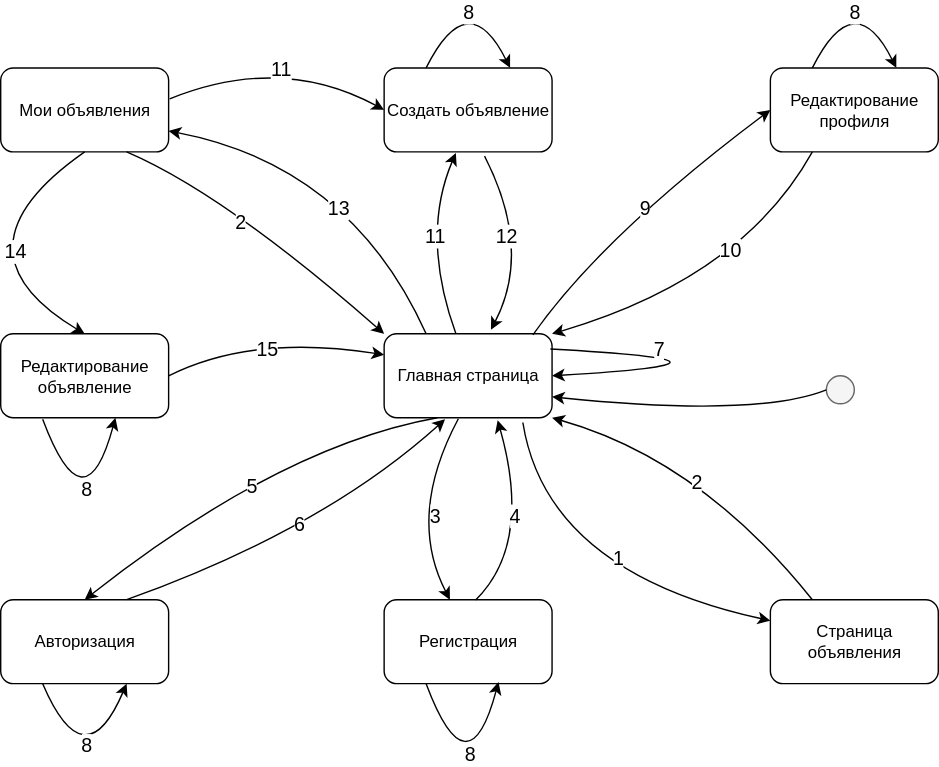
Before: docs/Граф состояний интерфейса переходы цифрами.svg, a diagram exported from draw.io (cod1ng-space/avito-clone). Source tidied: cells renumbered, new cells last; positions are measured from the earlier drawing's top-left corner, leaving out a move shared by most shapes. Source of this version:
```xml
<mxGraphModel>
  <root>
    <mxCell id="0" />
    <mxCell id="1" parent="0" />
    <mxCell id="2" value="Главная страница" style="rounded=1;whiteSpace=wrap;html=1;fillColor=none;" parent="1" vertex="1">
      <mxGeometry x="314" y="250" width="120" height="60" as="geometry" />
    </mxCell>
    <mxCell id="3" value="Авторизация" style="rounded=1;whiteSpace=wrap;html=1;fillColor=none;" parent="1" vertex="1">
      <mxGeometry x="40" y="440" width="120" height="60" as="geometry" />
    </mxCell>
    <mxCell id="4" value="Регистрация" style="rounded=1;whiteSpace=wrap;html=1;fillColor=none;" parent="1" vertex="1">
      <mxGeometry x="314" y="440" width="120" height="60" as="geometry" />
    </mxCell>
    <mxCell id="5" value="Страница объявления" style="rounded=1;whiteSpace=wrap;html=1;fillColor=none;" parent="1" vertex="1">
      <mxGeometry x="590" y="440" width="120" height="60" as="geometry" />
    </mxCell>
    <mxCell id="6" value="Мои объявления" style="rounded=1;whiteSpace=wrap;html=1;fillColor=none;" parent="1" vertex="1">
      <mxGeometry x="40" y="60" width="120" height="60" as="geometry" />
    </mxCell>
    <mxCell id="7" value="Создать объявление" style="rounded=1;whiteSpace=wrap;html=1;fillColor=none;" parent="1" vertex="1">
      <mxGeometry x="314" y="60" width="120" height="60" as="geometry" />
    </mxCell>
    <mxCell id="8" value="Редактирование объявление" style="rounded=1;whiteSpace=wrap;html=1;fillColor=none;" parent="1" vertex="1">
      <mxGeometry x="40" y="250" width="120" height="60" as="geometry" />
    </mxCell>
    <mxCell id="9" value="Редактирование профиля" style="rounded=1;whiteSpace=wrap;html=1;fillColor=none;" parent="1" vertex="1">
      <mxGeometry x="590" y="60" width="120" height="60" as="geometry" />
    </mxCell>
    <mxCell id="10" style="curved=1;endArrow=classic;html=1;rounded=0;exitX=0.317;exitY=0.999;exitDx=0;exitDy=0;exitPerimeter=0;entryX=0.5;entryY=0;entryDx=0;entryDy=0;" parent="1" edge="1" source="2" target="3">
      <mxGeometry relative="1" as="geometry">
        <Array as="points">
          <mxPoint x="240" y="330" />
        </Array>
      </mxGeometry>
    </mxCell>
    <mxCell id="11" value="5" style="edgeLabel;html=1;align=center;verticalAlign=middle;fontSize=14;" parent="10" vertex="1">
      <mxGeometry x="0.01" y="9" relative="1" as="geometry" />
    </mxCell>
    <mxCell id="12" style="curved=1;endArrow=classic;html=1;rounded=0;exitX=0.75;exitY=0;exitDx=0;exitDy=0;entryX=0.363;entryY=1.017;entryDx=0;entryDy=0;entryPerimeter=0;" parent="1" edge="1" source="3" target="2">
      <mxGeometry relative="1" as="geometry">
        <Array as="points">
          <mxPoint x="270" y="390" />
        </Array>
      </mxGeometry>
    </mxCell>
    <mxCell id="13" value="6" style="edgeLabel;html=1;align=center;verticalAlign=middle;fontSize=14;" parent="12" vertex="1">
      <mxGeometry x="0.01" y="10" relative="1" as="geometry" />
    </mxCell>
    <mxCell id="14" style="curved=1;endArrow=classic;html=1;rounded=0;exitX=0.442;exitY=1.011;exitDx=0;exitDy=0;exitPerimeter=0;" parent="1" edge="1" source="2">
      <mxGeometry relative="1" as="geometry">
        <mxPoint x="361" y="440" as="targetPoint" />
        <Array as="points">
          <mxPoint x="330" y="380" />
        </Array>
      </mxGeometry>
    </mxCell>
    <mxCell id="15" value="3" style="edgeLabel;html=1;align=center;verticalAlign=middle;fontSize=14;" parent="14" vertex="1">
      <mxGeometry x="-0.24" y="5" relative="1" as="geometry">
        <mxPoint x="4" y="18" as="offset" />
      </mxGeometry>
    </mxCell>
    <mxCell id="16" style="curved=1;endArrow=classic;html=1;rounded=0;exitX=0.545;exitY=0.004;exitDx=0;exitDy=0;exitPerimeter=0;entryX=0.676;entryY=1.03;entryDx=0;entryDy=0;entryPerimeter=0;" parent="1" edge="1" source="4" target="2">
      <mxGeometry relative="1" as="geometry">
        <Array as="points">
          <mxPoint x="420" y="400" />
        </Array>
      </mxGeometry>
    </mxCell>
    <mxCell id="17" value="4" style="edgeLabel;html=1;align=center;verticalAlign=middle;fontSize=14;" parent="16" vertex="1">
      <mxGeometry x="0.1" y="7" relative="1" as="geometry">
        <mxPoint y="2" as="offset" />
      </mxGeometry>
    </mxCell>
    <mxCell id="18" style="curved=1;endArrow=classic;html=1;rounded=0;exitX=0.99;exitY=0.18;exitDx=0;exitDy=0;exitPerimeter=0;entryX=1;entryY=0.5;entryDx=0;entryDy=0;" parent="1" edge="1" source="2" target="2">
      <mxGeometry relative="1" as="geometry">
        <Array as="points">
          <mxPoint x="600" y="270" />
        </Array>
      </mxGeometry>
    </mxCell>
    <mxCell id="19" value="7" style="edgeLabel;html=1;align=center;verticalAlign=middle;fontSize=14;" parent="18" vertex="1">
      <mxGeometry x="0.01" y="9" relative="1" as="geometry">
        <mxPoint x="-89" y="-19" as="offset" />
      </mxGeometry>
    </mxCell>
    <mxCell id="20" style="curved=1;endArrow=classic;html=1;rounded=0;exitX=0.826;exitY=1.056;exitDx=0;exitDy=0;exitPerimeter=0;entryX=0;entryY=0.25;entryDx=0;entryDy=0;" parent="1" edge="1" source="2" target="5">
      <mxGeometry relative="1" as="geometry">
        <Array as="points">
          <mxPoint x="430" y="420" />
        </Array>
      </mxGeometry>
    </mxCell>
    <mxCell id="21" value="1" style="edgeLabel;html=1;align=center;verticalAlign=middle;fontSize=14;" parent="20" vertex="1">
      <mxGeometry x="0.01" y="9" relative="1" as="geometry">
        <mxPoint x="19" y="-8" as="offset" />
      </mxGeometry>
    </mxCell>
    <mxCell id="22" style="curved=1;endArrow=classic;html=1;rounded=0;exitX=0.25;exitY=0;exitDx=0;exitDy=0;entryX=1;entryY=1;entryDx=0;entryDy=0;" parent="1" edge="1" source="5" target="2">
      <mxGeometry relative="1" as="geometry">
        <Array as="points">
          <mxPoint x="540" y="340" />
        </Array>
      </mxGeometry>
    </mxCell>
    <mxCell id="23" value="2" style="edgeLabel;html=1;align=center;verticalAlign=middle;fontSize=14;" parent="22" vertex="1">
      <mxGeometry x="-0.01" y="13" relative="1" as="geometry" />
    </mxCell>
    <mxCell id="24" style="curved=1;endArrow=classic;html=1;rounded=0;exitX=1;exitY=0.5;exitDx=0;exitDy=0;entryX=0;entryY=0.25;entryDx=0;entryDy=0;" parent="1" edge="1" source="8" target="2">
      <mxGeometry relative="1" as="geometry">
        <Array as="points">
          <mxPoint x="220" y="250" />
        </Array>
      </mxGeometry>
    </mxCell>
    <mxCell id="25" value="15" style="edgeLabel;html=1;align=center;verticalAlign=middle;fontSize=14;" parent="24" vertex="1">
      <mxGeometry x="-0.01" y="13" relative="1" as="geometry">
        <mxPoint x="-5" y="21" as="offset" />
      </mxGeometry>
    </mxCell>
    <mxCell id="26" style="curved=1;endArrow=classic;html=1;rounded=0;exitX=0.75;exitY=1;exitDx=0;exitDy=0;entryX=0;entryY=0;entryDx=0;entryDy=0;" parent="1" edge="1" source="6" target="2">
      <mxGeometry relative="1" as="geometry">
        <Array as="points">
          <mxPoint x="200" y="150" />
        </Array>
      </mxGeometry>
    </mxCell>
    <mxCell id="27" value="2" style="edgeLabel;html=1;align=center;verticalAlign=middle;fontSize=14;" parent="26" vertex="1">
      <mxGeometry x="-0.01" y="13" relative="1" as="geometry">
        <mxPoint x="-26" y="5" as="offset" />
      </mxGeometry>
    </mxCell>
    <mxCell id="28" style="curved=1;endArrow=classic;html=1;rounded=0;exitX=0.5;exitY=1;exitDx=0;exitDy=0;entryX=0.5;entryY=0;entryDx=0;entryDy=0;" parent="1" edge="1" source="6" target="8">
      <mxGeometry relative="1" as="geometry">
        <Array as="points">
          <mxPoint y="190" />
        </Array>
      </mxGeometry>
    </mxCell>
    <mxCell id="29" value="14" style="edgeLabel;html=1;align=center;verticalAlign=middle;fontSize=14;" parent="28" vertex="1">
      <mxGeometry x="-0.01" y="13" relative="1" as="geometry">
        <mxPoint x="39" y="-8" as="offset" />
      </mxGeometry>
    </mxCell>
    <mxCell id="30" style="curved=1;endArrow=classic;html=1;rounded=0;exitX=0.25;exitY=0;exitDx=0;exitDy=0;entryX=1;entryY=0.75;entryDx=0;entryDy=0;" parent="1" edge="1" source="2" target="6">
      <mxGeometry relative="1" as="geometry">
        <Array as="points">
          <mxPoint x="290" y="130" />
        </Array>
      </mxGeometry>
    </mxCell>
    <mxCell id="31" value="13" style="edgeLabel;html=1;align=center;verticalAlign=middle;fontSize=14;" parent="30" vertex="1">
      <mxGeometry x="-0.01" y="13" relative="1" as="geometry">
        <mxPoint x="2" y="24" as="offset" />
      </mxGeometry>
    </mxCell>
    <mxCell id="32" style="curved=1;endArrow=classic;html=1;rounded=0;exitX=0.427;exitY=-0.003;exitDx=0;exitDy=0;exitPerimeter=0;entryX=0.427;entryY=1.012;entryDx=0;entryDy=0;entryPerimeter=0;" parent="1" edge="1" source="2" target="7">
      <mxGeometry relative="1" as="geometry">
        <Array as="points">
          <mxPoint x="340" y="180" />
        </Array>
      </mxGeometry>
    </mxCell>
    <mxCell id="33" value="11" style="edgeLabel;html=1;align=center;verticalAlign=middle;fontSize=14;" parent="32" vertex="1">
      <mxGeometry x="-0.24" y="5" relative="1" as="geometry">
        <mxPoint x="7" y="-22" as="offset" />
      </mxGeometry>
    </mxCell>
    <mxCell id="34" style="curved=1;endArrow=classic;html=1;rounded=0;exitX=0.598;exitY=1.05;exitDx=0;exitDy=0;exitPerimeter=0;entryX=0.636;entryY=-0.048;entryDx=0;entryDy=0;entryPerimeter=0;" parent="1" edge="1" source="7" target="2">
      <mxGeometry relative="1" as="geometry">
        <Array as="points">
          <mxPoint x="420" y="190" />
        </Array>
      </mxGeometry>
    </mxCell>
    <mxCell id="35" value="12" style="edgeLabel;html=1;align=center;verticalAlign=middle;fontSize=14;" parent="34" vertex="1">
      <mxGeometry x="-0.24" y="5" relative="1" as="geometry">
        <mxPoint x="-14" y="12" as="offset" />
      </mxGeometry>
    </mxCell>
    <mxCell id="36" style="curved=1;endArrow=classic;html=1;rounded=0;exitX=1.006;exitY=0.368;exitDx=0;exitDy=0;exitPerimeter=0;entryX=0;entryY=0.5;entryDx=0;entryDy=0;" parent="1" edge="1" source="6" target="7">
      <mxGeometry relative="1" as="geometry">
        <Array as="points">
          <mxPoint x="240" y="50" />
        </Array>
      </mxGeometry>
    </mxCell>
    <mxCell id="37" value="11" style="edgeLabel;html=1;align=center;verticalAlign=middle;fontSize=14;" parent="36" vertex="1">
      <mxGeometry x="-0.24" y="5" relative="1" as="geometry">
        <mxPoint x="21" y="7" as="offset" />
      </mxGeometry>
    </mxCell>
    <mxCell id="38" style="curved=1;endArrow=classic;html=1;rounded=0;exitX=0.886;exitY=0.012;exitDx=0;exitDy=0;exitPerimeter=0;entryX=0;entryY=0.5;entryDx=0;entryDy=0;" parent="1" edge="1" source="2" target="9">
      <mxGeometry relative="1" as="geometry">
        <Array as="points">
          <mxPoint x="470" y="180" />
        </Array>
      </mxGeometry>
    </mxCell>
    <mxCell id="39" value="9" style="edgeLabel;html=1;align=center;verticalAlign=middle;fontSize=14;" parent="38" vertex="1">
      <mxGeometry x="-0.24" y="5" relative="1" as="geometry">
        <mxPoint x="30" y="-14" as="offset" />
      </mxGeometry>
    </mxCell>
    <mxCell id="40" style="curved=1;endArrow=classic;html=1;rounded=0;exitX=0.25;exitY=1;exitDx=0;exitDy=0;entryX=1;entryY=0;entryDx=0;entryDy=0;" parent="1" edge="1" source="9" target="2">
      <mxGeometry relative="1" as="geometry">
        <Array as="points">
          <mxPoint x="570" y="210" />
        </Array>
      </mxGeometry>
    </mxCell>
    <mxCell id="41" value="10" style="edgeLabel;html=1;align=center;verticalAlign=middle;fontSize=14;" parent="40" vertex="1">
      <mxGeometry x="-0.24" y="5" relative="1" as="geometry">
        <mxPoint x="-19" y="-14" as="offset" />
      </mxGeometry>
    </mxCell>
    <mxCell id="42" style="ellipse;whiteSpace=wrap;html=1;fillColor=light-dark(#F5F5F5,#FFFFFF);fontColor=#333333;strokeColor=#666666;fillStyle=auto;" parent="1" vertex="1">
      <mxGeometry x="630" y="280" width="20" height="20" as="geometry" />
    </mxCell>
    <mxCell id="43" style="curved=1;endArrow=classic;html=1;rounded=0;exitX=0;exitY=0.5;exitDx=0;exitDy=0;entryX=1;entryY=0.75;entryDx=0;entryDy=0;" parent="1" edge="1" source="42" target="2">
      <mxGeometry relative="1" as="geometry">
        <Array as="points">
          <mxPoint x="580" y="310" />
        </Array>
      </mxGeometry>
    </mxCell>
    <mxCell id="44" style="curved=1;endArrow=classic;html=1;rounded=0;exitX=0.25;exitY=1;exitDx=0;exitDy=0;entryX=0.75;entryY=1;entryDx=0;entryDy=0;" parent="1" edge="1" source="3" target="3">
      <mxGeometry relative="1" as="geometry">
        <Array as="points">
          <mxPoint x="100" y="570" />
        </Array>
      </mxGeometry>
    </mxCell>
    <mxCell id="45" value="8" style="edgeLabel;html=1;align=center;verticalAlign=middle;fontSize=14;" parent="44" vertex="1">
      <mxGeometry x="0.01" y="10" relative="1" as="geometry">
        <mxPoint x="9" y="-22" as="offset" />
      </mxGeometry>
    </mxCell>
    <mxCell id="46" style="curved=1;endArrow=classic;html=1;rounded=0;exitX=0.25;exitY=1;exitDx=0;exitDy=0;entryX=0.681;entryY=0.98;entryDx=0;entryDy=0;entryPerimeter=0;" parent="1" edge="1" source="4" target="4">
      <mxGeometry relative="1" as="geometry">
        <Array as="points">
          <mxPoint x="374" y="580" />
        </Array>
      </mxGeometry>
    </mxCell>
    <mxCell id="47" value="8" style="edgeLabel;html=1;align=center;verticalAlign=middle;fontSize=14;" parent="46" vertex="1">
      <mxGeometry x="0.01" y="10" relative="1" as="geometry">
        <mxPoint x="10" y="-28" as="offset" />
      </mxGeometry>
    </mxCell>
    <mxCell id="48" style="curved=1;endArrow=classic;html=1;rounded=0;exitX=0.25;exitY=1;exitDx=0;exitDy=0;entryX=0.681;entryY=0.98;entryDx=0;entryDy=0;entryPerimeter=0;" parent="1" edge="1">
      <mxGeometry relative="1" as="geometry">
        <mxPoint x="70" y="311" as="sourcePoint" />
        <mxPoint x="122" y="310" as="targetPoint" />
        <Array as="points">
          <mxPoint x="100" y="391" />
        </Array>
      </mxGeometry>
    </mxCell>
    <mxCell id="49" value="8" style="edgeLabel;html=1;align=center;verticalAlign=middle;fontSize=14;" parent="48" vertex="1">
      <mxGeometry x="0.01" y="10" relative="1" as="geometry">
        <mxPoint x="10" y="-28" as="offset" />
      </mxGeometry>
    </mxCell>
    <mxCell id="50" style="curved=1;endArrow=classic;html=1;rounded=0;exitX=0.25;exitY=0;exitDx=0;exitDy=0;entryX=0.75;entryY=0;entryDx=0;entryDy=0;" parent="1" edge="1">
      <mxGeometry relative="1" as="geometry">
        <mxPoint x="344" y="60" as="sourcePoint" />
        <mxPoint x="404" y="60" as="targetPoint" />
        <Array as="points">
          <mxPoint x="374" />
        </Array>
      </mxGeometry>
    </mxCell>
    <mxCell id="51" value="8" style="edgeLabel;html=1;align=center;verticalAlign=middle;fontSize=14;" parent="50" vertex="1">
      <mxGeometry x="0.01" y="10" relative="1" as="geometry">
        <mxPoint x="-9" y="24" as="offset" />
      </mxGeometry>
    </mxCell>
    <mxCell id="52" style="curved=1;endArrow=classic;html=1;rounded=0;exitX=0.25;exitY=0;exitDx=0;exitDy=0;entryX=0.75;entryY=0;entryDx=0;entryDy=0;" parent="1" edge="1">
      <mxGeometry relative="1" as="geometry">
        <mxPoint x="620" y="60" as="sourcePoint" />
        <mxPoint x="680" y="60" as="targetPoint" />
        <Array as="points">
          <mxPoint x="650" />
        </Array>
      </mxGeometry>
    </mxCell>
    <mxCell id="53" value="8" style="edgeLabel;html=1;align=center;verticalAlign=middle;fontSize=14;" parent="52" vertex="1">
      <mxGeometry x="0.01" y="10" relative="1" as="geometry">
        <mxPoint x="-9" y="24" as="offset" />
      </mxGeometry>
    </mxCell>
  </root>
</mxGraphModel>
```
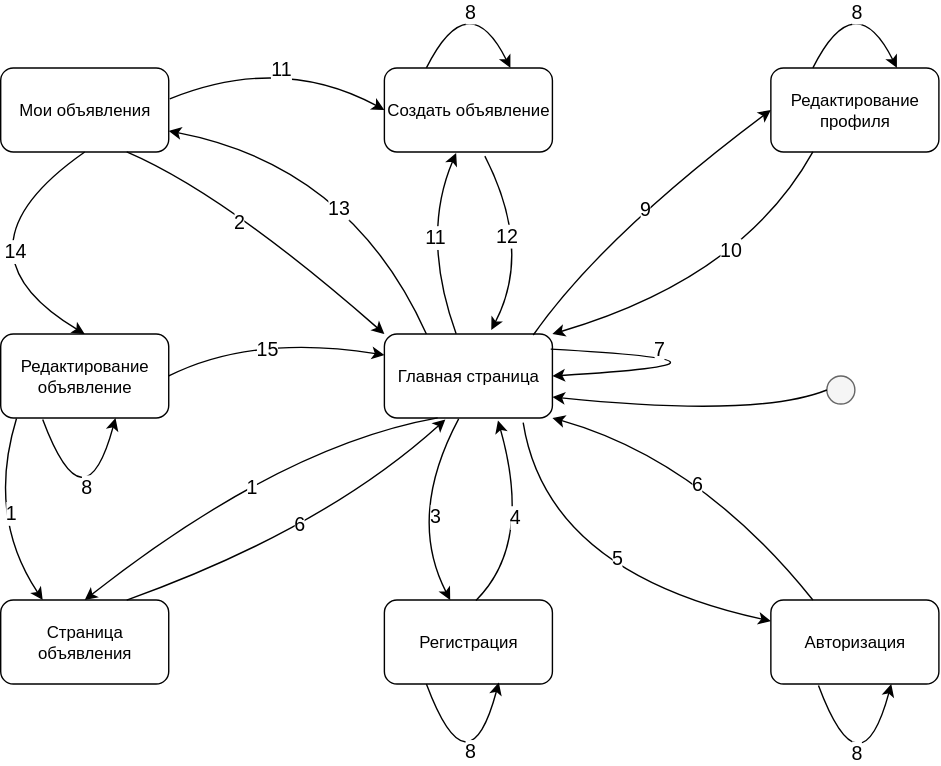
The same diagram one commit later.

What changed in the source:
```diff
@@ -5,13 +5,13 @@
     <mxCell id="2" value="Главная страница" style="rounded=1;whiteSpace=wrap;html=1;fillColor=none;" parent="1" vertex="1">
       <mxGeometry x="314" y="250" width="120" height="60" as="geometry" />
     </mxCell>
-    <mxCell id="3" value="Авторизация" style="rounded=1;whiteSpace=wrap;html=1;fillColor=none;" parent="1" vertex="1">
+    <mxCell id="3" value="Страница объявления" style="rounded=1;whiteSpace=wrap;html=1;fillColor=none;" parent="1" vertex="1">
       <mxGeometry x="40" y="440" width="120" height="60" as="geometry" />
     </mxCell>
     <mxCell id="4" value="Регистрация" style="rounded=1;whiteSpace=wrap;html=1;fillColor=none;" parent="1" vertex="1">
       <mxGeometry x="314" y="440" width="120" height="60" as="geometry" />
     </mxCell>
-    <mxCell id="5" value="Страница объявления" style="rounded=1;whiteSpace=wrap;html=1;fillColor=none;" parent="1" vertex="1">
+    <mxCell id="5" value="Авторизация" style="rounded=1;whiteSpace=wrap;html=1;fillColor=none;" parent="1" vertex="1">
       <mxGeometry x="590" y="440" width="120" height="60" as="geometry" />
     </mxCell>
     <mxCell id="6" value="Мои объявления" style="rounded=1;whiteSpace=wrap;html=1;fillColor=none;" parent="1" vertex="1">
@@ -33,7 +33,7 @@
         </Array>
       </mxGeometry>
     </mxCell>
-    <mxCell id="11" value="5" style="edgeLabel;html=1;align=center;verticalAlign=middle;fontSize=14;" parent="10" vertex="1">
+    <mxCell id="11" value="1" style="edgeLabel;html=1;align=center;verticalAlign=middle;fontSize=14;" parent="10" vertex="1">
       <mxGeometry x="0.01" y="9" relative="1" as="geometry" />
     </mxCell>
     <mxCell id="12" style="curved=1;endArrow=classic;html=1;rounded=0;exitX=0.75;exitY=0;exitDx=0;exitDy=0;entryX=0.363;entryY=1.017;entryDx=0;entryDy=0;entryPerimeter=0;" parent="1" edge="1" source="3" target="2">
@@ -90,7 +90,7 @@
         </Array>
       </mxGeometry>
     </mxCell>
-    <mxCell id="21" value="1" style="edgeLabel;html=1;align=center;verticalAlign=middle;fontSize=14;" parent="20" vertex="1">
+    <mxCell id="21" value="5" style="edgeLabel;html=1;align=center;verticalAlign=middle;fontSize=14;" parent="20" vertex="1">
       <mxGeometry x="0.01" y="9" relative="1" as="geometry">
         <mxPoint x="19" y="-8" as="offset" />
       </mxGeometry>
@@ -102,7 +102,7 @@
         </Array>
       </mxGeometry>
     </mxCell>
-    <mxCell id="23" value="2" style="edgeLabel;html=1;align=center;verticalAlign=middle;fontSize=14;" parent="22" vertex="1">
+    <mxCell id="23" value="6" style="edgeLabel;html=1;align=center;verticalAlign=middle;fontSize=14;" parent="22" vertex="1">
       <mxGeometry x="-0.01" y="13" relative="1" as="geometry" />
     </mxCell>
     <mxCell id="24" style="curved=1;endArrow=classic;html=1;rounded=0;exitX=1;exitY=0.5;exitDx=0;exitDy=0;entryX=0;entryY=0.25;entryDx=0;entryDy=0;" parent="1" edge="1" source="8" target="2">
@@ -223,18 +223,6 @@
         </Array>
       </mxGeometry>
     </mxCell>
-    <mxCell id="44" style="curved=1;endArrow=classic;html=1;rounded=0;exitX=0.25;exitY=1;exitDx=0;exitDy=0;entryX=0.75;entryY=1;entryDx=0;entryDy=0;" parent="1" edge="1" source="3" target="3">
-      <mxGeometry relative="1" as="geometry">
-        <Array as="points">
-          <mxPoint x="100" y="570" />
-        </Array>
-      </mxGeometry>
-    </mxCell>
-    <mxCell id="45" value="8" style="edgeLabel;html=1;align=center;verticalAlign=middle;fontSize=14;" parent="44" vertex="1">
-      <mxGeometry x="0.01" y="10" relative="1" as="geometry">
-        <mxPoint x="9" y="-22" as="offset" />
-      </mxGeometry>
-    </mxCell>
     <mxCell id="46" style="curved=1;endArrow=classic;html=1;rounded=0;exitX=0.25;exitY=1;exitDx=0;exitDy=0;entryX=0.681;entryY=0.98;entryDx=0;entryDy=0;entryPerimeter=0;" parent="1" edge="1" source="4" target="4">
       <mxGeometry relative="1" as="geometry">
         <Array as="points">
@@ -244,7 +232,7 @@
     </mxCell>
     <mxCell id="47" value="8" style="edgeLabel;html=1;align=center;verticalAlign=middle;fontSize=14;" parent="46" vertex="1">
       <mxGeometry x="0.01" y="10" relative="1" as="geometry">
-        <mxPoint x="10" y="-28" as="offset" />
+        <mxPoint x="-9" y="-28" as="offset" />
       </mxGeometry>
     </mxCell>
     <mxCell id="48" style="curved=1;endArrow=classic;html=1;rounded=0;exitX=0.25;exitY=1;exitDx=0;exitDy=0;entryX=0.681;entryY=0.98;entryDx=0;entryDy=0;entryPerimeter=0;" parent="1" edge="1">
@@ -258,7 +246,7 @@
     </mxCell>
     <mxCell id="49" value="8" style="edgeLabel;html=1;align=center;verticalAlign=middle;fontSize=14;" parent="48" vertex="1">
       <mxGeometry x="0.01" y="10" relative="1" as="geometry">
-        <mxPoint x="10" y="-28" as="offset" />
+        <mxPoint x="-9" y="-28" as="offset" />
       </mxGeometry>
     </mxCell>
     <mxCell id="50" style="curved=1;endArrow=classic;html=1;rounded=0;exitX=0.25;exitY=0;exitDx=0;exitDy=0;entryX=0.75;entryY=0;entryDx=0;entryDy=0;" parent="1" edge="1">
@@ -289,5 +277,29 @@
         <mxPoint x="-9" y="24" as="offset" />
       </mxGeometry>
     </mxCell>
+    <mxCell id="54" style="curved=1;endArrow=classic;html=1;rounded=0;exitX=0.25;exitY=1;exitDx=0;exitDy=0;entryX=0.681;entryY=0.98;entryDx=0;entryDy=0;entryPerimeter=0;" parent="1" edge="1">
+      <mxGeometry relative="1" as="geometry">
+        <mxPoint x="624" y="501" as="sourcePoint" />
+        <mxPoint x="676" y="500" as="targetPoint" />
+        <Array as="points">
+          <mxPoint x="654" y="581" />
+        </Array>
+      </mxGeometry>
+    </mxCell>
+    <mxCell id="45" value="8" style="edgeLabel;html=1;align=center;verticalAlign=middle;fontSize=14;" parent="54" vertex="1">
+      <mxGeometry x="0.01" y="10" relative="1" as="geometry">
+        <mxPoint x="-13" y="-28" as="offset" />
+      </mxGeometry>
+    </mxCell>
+    <mxCell id="55" style="curved=1;endArrow=classic;html=1;rounded=0;exitX=0.094;exitY=1.006;exitDx=0;exitDy=0;entryX=0.25;entryY=0;entryDx=0;entryDy=0;exitPerimeter=0;" parent="1" edge="1" source="8" target="3">
+      <mxGeometry relative="1" as="geometry">
+        <Array as="points">
+          <mxPoint x="30" y="380" />
+        </Array>
+      </mxGeometry>
+    </mxCell>
+    <mxCell id="56" value="1" style="edgeLabel;html=1;align=center;verticalAlign=middle;fontSize=14;" parent="55" vertex="1">
+      <mxGeometry x="-0.1" y="15" relative="1" as="geometry" />
+    </mxCell>
   </root>
 </mxGraphModel>
```
